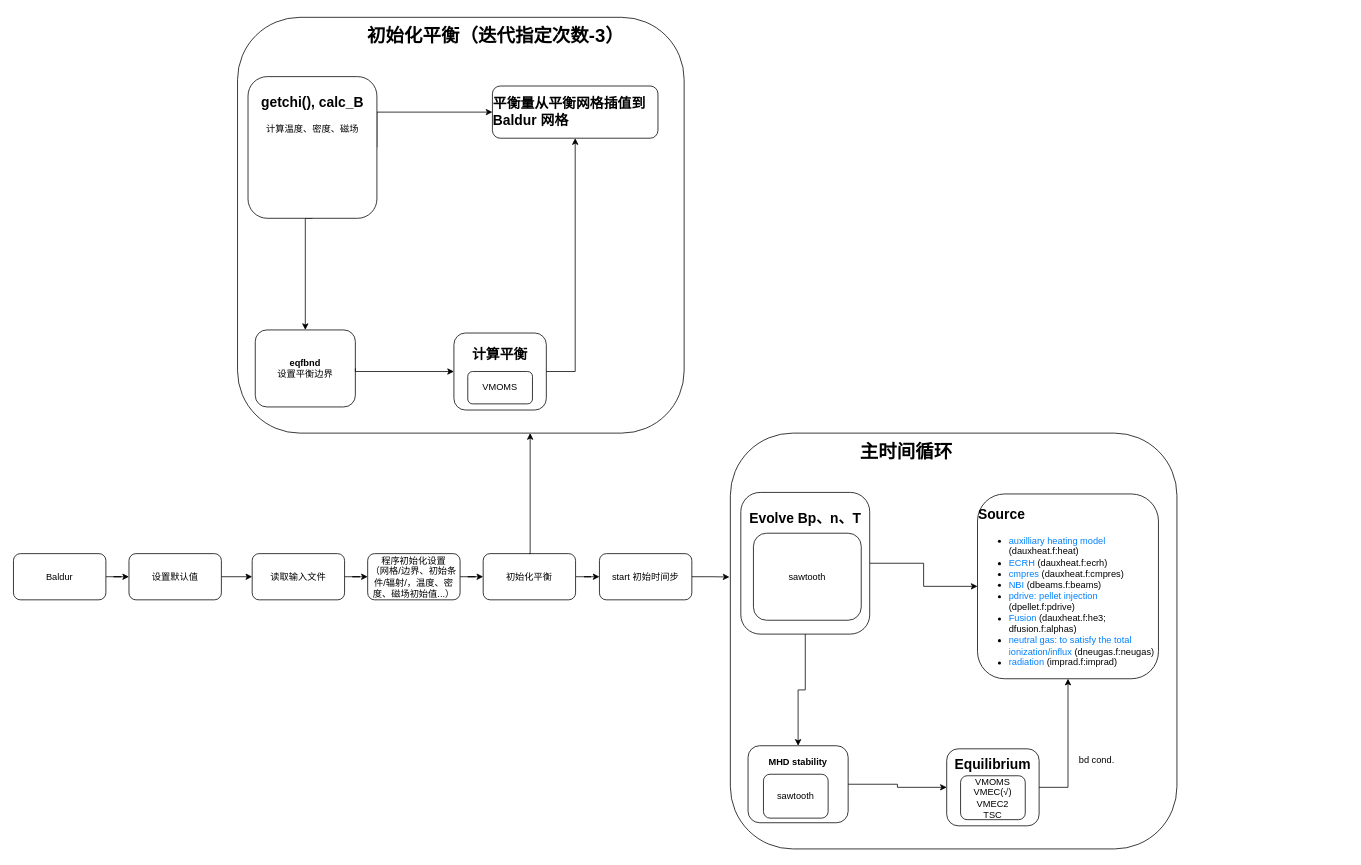
Above: page "041825" (6 of 6) of Baldur.drawio in jiaxing-liu/flowchart (draw.io), before the change. Source tidied: cells renumbered, new cells numbered last; positions are measured from the earlier drawing's top-left corner, leaving out a move shared by most shapes. Both pictures are drawn from the tidied source at 77%, with x=0, y=0 at pixel (13, 17).
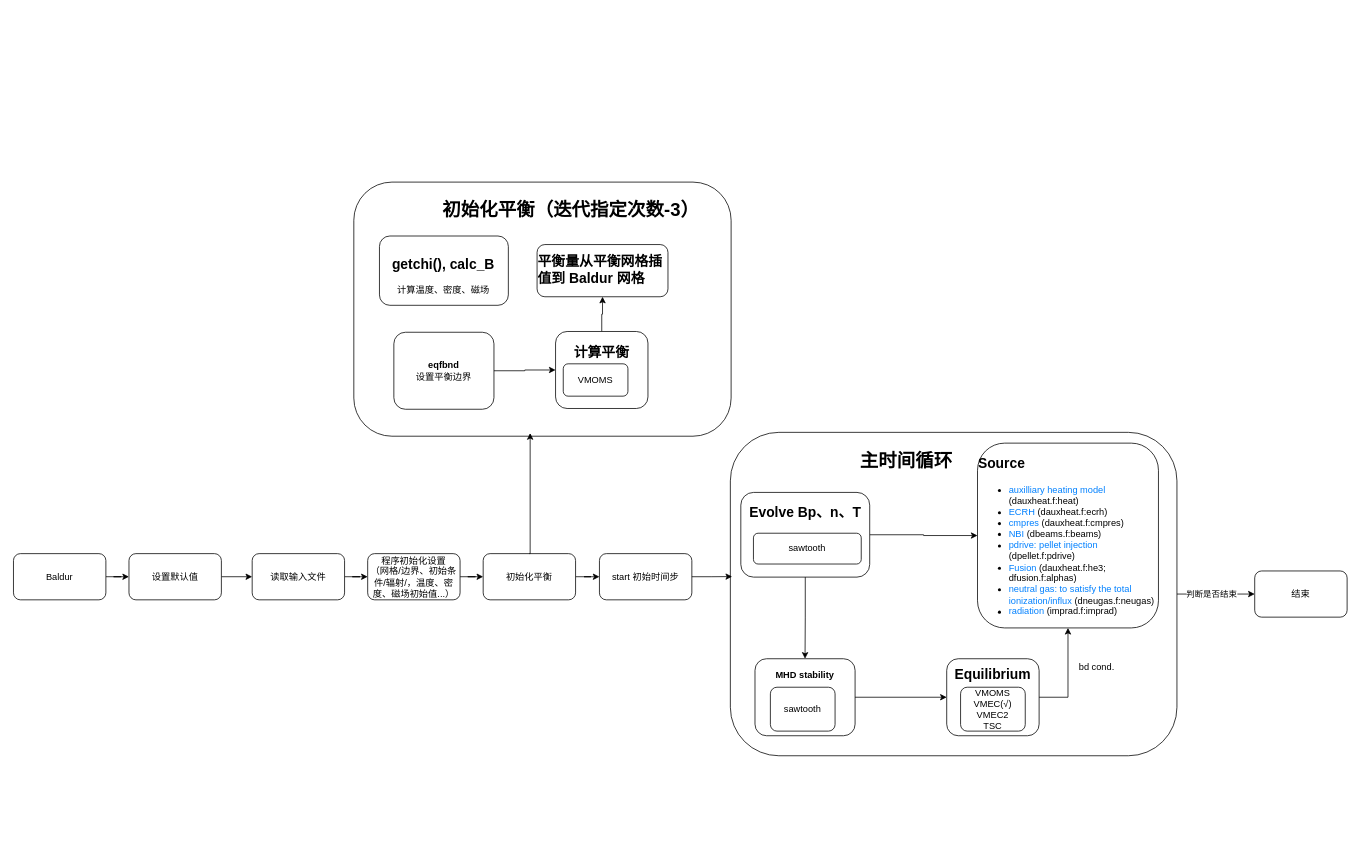
The same page after the edit.

The change refers to these unchanged cells:
```xml
<mxCell id="3" style="group;" parent="1" vertex="1">
  <mxGeometry x="962" y="597" width="525" height="450" as="geometry" />
</mxCell>
<mxCell id="33" value="&lt;div&gt;&lt;b&gt;eqfbnd&lt;/b&gt;&lt;/div&gt;设置平衡边界" style="rounded=1;whiteSpace=wrap;html=1;" parent="32" vertex="1">
  <mxGeometry width="130" height="100" as="geometry" />
</mxCell>
<mxCell id="42" value="start 初始时间步" style="rounded=1;whiteSpace=wrap;html=1;" parent="1" vertex="1">
  <mxGeometry x="761" y="696.5" width="120" height="60" as="geometry" />
</mxCell>
```

Change to the diagram source:
```diff
@@
+    <mxCell id="44" style="edgeStyle=orthogonalEdgeStyle;rounded=0;jettySize=auto;html=1;" parent="1" edge="1" source="2" target="46">
+      <mxGeometry relative="1" as="geometry" />
+    </mxCell>
+    <mxCell id="45" value="判断是否结束" style="edgeLabel;html=1;align=center;verticalAlign=middle;" parent="44" vertex="1">
+      <mxGeometry x="-0.12" y="1" relative="1" as="geometry" />
+    </mxCell>
-    <mxCell id="2" value="&lt;h1&gt;&amp;nbsp; &amp;nbsp; &amp;nbsp; &amp;nbsp; &amp;nbsp; &amp;nbsp; &amp;nbsp; &amp;nbsp; &amp;nbsp; &amp;nbsp; &amp;nbsp; &amp;nbsp;&amp;nbsp; 主时间循环&lt;/h1&gt;&lt;div&gt;&lt;br&gt;&lt;/div&gt;&lt;div&gt;&lt;br&gt;&lt;/div&gt;&lt;div&gt;&lt;br&gt;&lt;/div&gt;&lt;div&gt;&lt;br&gt;&lt;/div&gt;&lt;div&gt;&lt;br&gt;&lt;/div&gt;&lt;div&gt;&lt;br&gt;&lt;/div&gt;&lt;div&gt;&lt;br&gt;&lt;/div&gt;&lt;div&gt;&lt;br&gt;&lt;/div&gt;&lt;div&gt;&lt;br&gt;&lt;/div&gt;&lt;div&gt;&lt;br&gt;&lt;/div&gt;&lt;div&gt;&lt;br&gt;&lt;/div&gt;&lt;div&gt;&lt;br&gt;&lt;/div&gt;&lt;div&gt;&lt;br&gt;&lt;/div&gt;&lt;div&gt;&lt;br&gt;&lt;/div&gt;&lt;div&gt;&lt;br&gt;&lt;/div&gt;&lt;div&gt;&lt;br&gt;&lt;/div&gt;&lt;div&gt;&lt;br&gt;&lt;/div&gt;&lt;div&gt;&lt;br&gt;&lt;/div&gt;&lt;div&gt;&lt;br&gt;&lt;/div&gt;&lt;div&gt;&lt;br&gt;&lt;/div&gt;&lt;div&gt;&lt;br&gt;&lt;/div&gt;&lt;div&gt;&lt;br&gt;&lt;/div&gt;&lt;div&gt;&lt;br&gt;&lt;/div&gt;&lt;div&gt;&lt;br&gt;&lt;/div&gt;&lt;div&gt;&lt;br&gt;&lt;/div&gt;&lt;div&gt;&lt;br&gt;&lt;/div&gt;&lt;div&gt;&lt;br&gt;&lt;/div&gt;&lt;div&gt;&lt;br&gt;&lt;/div&gt;&lt;div&gt;&lt;br&gt;&lt;/div&gt;&lt;div&gt;&lt;br&gt;&lt;/div&gt;&lt;div&gt;&lt;br&gt;&lt;/div&gt;&lt;div&gt;&lt;br&gt;&lt;/div&gt;&lt;div&gt;&lt;br&gt;&lt;/div&gt;&lt;div&gt;&lt;br&gt;&lt;/div&gt;" style="rounded=1;whiteSpace=wrap;html=1;align=left;" parent="1" vertex="1">
-      <mxGeometry x="931" y="540" width="580" height="540" as="geometry" />
+    <mxCell id="2" value="&lt;h1&gt;&amp;nbsp; &amp;nbsp; &amp;nbsp; &amp;nbsp; &amp;nbsp; &amp;nbsp; &amp;nbsp; &amp;nbsp; &amp;nbsp; &amp;nbsp; &amp;nbsp; &amp;nbsp;&amp;nbsp; 主时间循环&lt;/h1&gt;&lt;div&gt;&lt;br&gt;&lt;/div&gt;&lt;div&gt;&lt;br&gt;&lt;/div&gt;&lt;div&gt;&lt;br&gt;&lt;/div&gt;&lt;div&gt;&lt;br&gt;&lt;/div&gt;&lt;div&gt;&lt;br&gt;&lt;/div&gt;&lt;div&gt;&lt;br&gt;&lt;/div&gt;&lt;div&gt;&lt;br&gt;&lt;/div&gt;&lt;div&gt;&lt;br&gt;&lt;/div&gt;&lt;div&gt;&lt;br&gt;&lt;/div&gt;&lt;div&gt;&lt;br&gt;&lt;/div&gt;&lt;div&gt;&lt;br&gt;&lt;/div&gt;&lt;div&gt;&lt;br&gt;&lt;/div&gt;&lt;div&gt;&lt;br&gt;&lt;/div&gt;&lt;div&gt;&lt;br&gt;&lt;/div&gt;&lt;div&gt;&lt;br&gt;&lt;/div&gt;&lt;div&gt;&lt;br&gt;&lt;/div&gt;&lt;div&gt;&lt;br&gt;&lt;/div&gt;&lt;div&gt;&lt;br&gt;&lt;/div&gt;&lt;div&gt;&lt;br&gt;&lt;/div&gt;&lt;div&gt;&lt;br&gt;&lt;/div&gt;&lt;div&gt;&lt;br&gt;&lt;/div&gt;&lt;div&gt;&lt;br&gt;&lt;/div&gt;&lt;div&gt;&lt;br&gt;&lt;/div&gt;&lt;div&gt;&lt;br&gt;&lt;/div&gt;" style="rounded=1;whiteSpace=wrap;html=1;align=left;" parent="1" vertex="1">
+      <mxGeometry x="931" y="539" width="580" height="420" as="geometry" />
     </mxCell>
@@
     <mxCell id="4" value="&lt;h2 style=&quot;text-align: left;&quot;&gt;Source&lt;/h2&gt;&lt;div align=&quot;left&quot;&gt;&lt;ul&gt;&lt;li&gt;&lt;font color=&quot;#0080ff&quot;&gt;auxilliary heating model&lt;/font&gt; (dauxheat.f:heat)&lt;br&gt;&lt;/li&gt;&lt;li&gt;&lt;font color=&quot;#0080ff&quot;&gt;ECRH&lt;/font&gt; (dauxheat.f:ecrh)&lt;br&gt;&lt;/li&gt;&lt;li&gt;&lt;font color=&quot;#0080ff&quot;&gt;cmpres&lt;/font&gt; (dauxheat.f:cmpres)&lt;/li&gt;&lt;li&gt;&lt;font color=&quot;#0080ff&quot;&gt;NBI&lt;/font&gt; (dbeams.f:beams)&lt;br&gt;&lt;/li&gt;&lt;li&gt;&lt;font color=&quot;#0080ff&quot;&gt;pdrive: pellet injection&lt;/font&gt; (dpellet.f:pdrive) &lt;br&gt;&lt;/li&gt;&lt;li&gt;&lt;font color=&quot;#0080ff&quot;&gt;Fusion&lt;/font&gt; (dauxheat.f:he3; dfusion.f:alphas)&lt;/li&gt;&lt;li&gt;&lt;font color=&quot;#0080ff&quot;&gt;neutral gas: to satisfy the total ionization/influx&lt;/font&gt; (dneugas.f:neugas)&lt;br&gt;&lt;/li&gt;&lt;li&gt;&lt;font color=&quot;#0080ff&quot;&gt;radiation&lt;/font&gt; (imprad.f:imprad)&lt;br&gt;&lt;/li&gt;&lt;/ul&gt;&lt;/div&gt;" style="rounded=1;whiteSpace=wrap;html=1;" parent="3" vertex="1">
-      <mxGeometry x="290" y="22" width="235" height="240" as="geometry" />
+      <mxGeometry x="290" y="-44" width="235" height="240" as="geometry" />
     </mxCell>
     <mxCell id="5" style="group;" parent="3" vertex="1">
-      <mxGeometry x="-8" y="349" width="130" height="100" as="geometry" />
+      <mxGeometry x="1" y="236" width="130" height="100" as="geometry" />
     </mxCell>
@@
-    <mxCell id="11" value="&lt;h2 style=&quot;text-align: left;&quot;&gt;&lt;b&gt;Evolve Bp、n、T&lt;/b&gt;&lt;/h2&gt;&lt;div&gt;&lt;br&gt;&lt;/div&gt;&lt;div&gt;&lt;br&gt;&lt;/div&gt;&lt;div&gt;&lt;br&gt;&lt;/div&gt;&lt;div&gt;&lt;br&gt;&lt;/div&gt;&lt;div&gt;&lt;br&gt;&lt;/div&gt;&lt;div&gt;&lt;br&gt;&lt;/div&gt;&lt;div&gt;&lt;br&gt;&lt;/div&gt;&lt;div style=&quot;text-align: left;&quot;&gt;&lt;b&gt;&lt;br&gt;&lt;/b&gt;&lt;/div&gt;" style="rounded=1;whiteSpace=wrap;html=1;" parent="3" vertex="1">
-      <mxGeometry x="-17.4" y="20" width="167.4" height="184" as="geometry" />
+    <mxCell id="11" value="&lt;h2 style=&quot;text-align: left;&quot;&gt;&lt;b&gt;Evolve Bp、n、T&lt;/b&gt;&lt;/h2&gt;&lt;div&gt;&lt;br&gt;&lt;/div&gt;&lt;div&gt;&lt;br&gt;&lt;/div&gt;&lt;div&gt;&lt;br&gt;&lt;/div&gt;&lt;div&gt;&lt;br&gt;&lt;/div&gt;" style="rounded=1;whiteSpace=wrap;html=1;" parent="3" vertex="1">
+      <mxGeometry x="-17.4" y="20" width="167.4" height="110" as="geometry" />
     </mxCell>
     <mxCell id="12" value="bd cond." style="text;strokeColor=none;align=center;fillColor=none;html=1;verticalAlign=middle;whiteSpace=wrap;rounded=0;" parent="3" vertex="1">
-      <mxGeometry x="415" y="353" width="60" height="30" as="geometry" />
+      <mxGeometry x="415" y="232" width="60" height="30" as="geometry" />
     </mxCell>
     <mxCell id="13" value="&lt;h2 style=&quot;text-align: left;&quot;&gt;&lt;b&gt;Equilibrium&lt;/b&gt;&lt;/h2&gt;&lt;div style=&quot;text-align: left;&quot;&gt;&lt;b&gt;&amp;nbsp;&amp;nbsp;&lt;/b&gt;&lt;/div&gt;&lt;div style=&quot;text-align: left;&quot;&gt;&lt;b&gt;&lt;br&gt;&lt;/b&gt;&lt;/div&gt;&lt;div style=&quot;text-align: left;&quot;&gt;&lt;b&gt;&lt;br&gt;&lt;/b&gt;&lt;/div&gt;&lt;div style=&quot;text-align: left;&quot;&gt;&lt;b&gt;&lt;br&gt;&lt;/b&gt;&lt;/div&gt;" style="rounded=1;whiteSpace=wrap;html=1;" parent="1" vertex="1">
-      <mxGeometry x="1212" y="950" width="120" height="100" as="geometry" />
+      <mxGeometry x="1212" y="833" width="120" height="100" as="geometry" />
     </mxCell>
     <mxCell id="14" value="VMOMS&lt;br&gt;VMEC(√)&lt;br&gt;VMEC2&lt;br&gt;TSC" style="rounded=1;whiteSpace=wrap;html=1;" parent="1" vertex="1">
-      <mxGeometry x="1230" y="985" width="84" height="57" as="geometry" />
+      <mxGeometry x="1230" y="870" width="84" height="57" as="geometry" />
     </mxCell>
@@
     <mxCell id="17" value="sawtooth&lt;br&gt;" style="rounded=1;whiteSpace=wrap;html=1;" parent="1" vertex="1">
-      <mxGeometry x="961" y="670" width="140" height="113" as="geometry" />
+      <mxGeometry x="961" y="670" width="140" height="40" as="geometry" />
     </mxCell>
@@
-    <mxCell id="28" value="&lt;h1&gt;&amp;nbsp; &amp;nbsp; &amp;nbsp; &amp;nbsp; &amp;nbsp; &amp;nbsp; &amp;nbsp; &amp;nbsp; &amp;nbsp; &amp;nbsp; &amp;nbsp; &amp;nbsp;&amp;nbsp; 初始化平衡（迭代指定次数-3）&lt;/h1&gt;&lt;div&gt;&lt;br&gt;&lt;/div&gt;&lt;div&gt;&lt;br&gt;&lt;/div&gt;&lt;div&gt;&lt;br&gt;&lt;/div&gt;&lt;div&gt;&lt;br&gt;&lt;/div&gt;&lt;div&gt;&lt;br&gt;&lt;/div&gt;&lt;div&gt;&lt;br&gt;&lt;/div&gt;&lt;div&gt;&lt;br&gt;&lt;/div&gt;&lt;div&gt;&lt;br&gt;&lt;/div&gt;&lt;div&gt;&lt;br&gt;&lt;/div&gt;&lt;div&gt;&lt;br&gt;&lt;/div&gt;&lt;div&gt;&lt;br&gt;&lt;/div&gt;&lt;div&gt;&lt;br&gt;&lt;/div&gt;&lt;div&gt;&lt;br&gt;&lt;/div&gt;&lt;div&gt;&lt;br&gt;&lt;/div&gt;&lt;div&gt;&lt;br&gt;&lt;/div&gt;&lt;div&gt;&lt;br&gt;&lt;/div&gt;&lt;div&gt;&lt;br&gt;&lt;/div&gt;&lt;div&gt;&lt;br&gt;&lt;/div&gt;&lt;div&gt;&lt;br&gt;&lt;/div&gt;&lt;div&gt;&lt;br&gt;&lt;/div&gt;&lt;div&gt;&lt;br&gt;&lt;/div&gt;&lt;div&gt;&lt;br&gt;&lt;/div&gt;&lt;div&gt;&lt;br&gt;&lt;/div&gt;&lt;div&gt;&lt;br&gt;&lt;/div&gt;&lt;div&gt;&lt;br&gt;&lt;/div&gt;&lt;div&gt;&lt;br&gt;&lt;/div&gt;&lt;div&gt;&lt;br&gt;&lt;/div&gt;&lt;div&gt;&lt;br&gt;&lt;/div&gt;&lt;div&gt;&lt;br&gt;&lt;/div&gt;&lt;div&gt;&lt;br&gt;&lt;/div&gt;&lt;div&gt;&lt;br&gt;&lt;/div&gt;&lt;div&gt;&lt;br&gt;&lt;/div&gt;&lt;div&gt;&lt;br&gt;&lt;/div&gt;&lt;div&gt;&lt;br&gt;&lt;/div&gt;" style="rounded=1;whiteSpace=wrap;html=1;align=left;" parent="1" vertex="1">
-      <mxGeometry x="291" width="580" height="540" as="geometry" />
+    <mxCell id="28" value="&lt;h1&gt;&amp;nbsp; &amp;nbsp; &amp;nbsp; &amp;nbsp; &amp;nbsp; &amp;nbsp; &amp;nbsp; &amp;nbsp;&amp;nbsp; 初始化平衡（迭代指定次数-3）&lt;/h1&gt;&lt;div&gt;&lt;br&gt;&lt;/div&gt;&lt;div&gt;&lt;br&gt;&lt;/div&gt;&lt;div&gt;&lt;br&gt;&lt;/div&gt;&lt;div&gt;&lt;br&gt;&lt;/div&gt;&lt;div&gt;&lt;br&gt;&lt;/div&gt;&lt;div&gt;&lt;br&gt;&lt;/div&gt;&lt;div&gt;&lt;br&gt;&lt;/div&gt;&lt;div&gt;&lt;br&gt;&lt;/div&gt;&lt;div&gt;&lt;br&gt;&lt;/div&gt;&lt;div&gt;&lt;br&gt;&lt;/div&gt;&lt;div&gt;&lt;br&gt;&lt;/div&gt;&lt;div&gt;&lt;br&gt;&lt;/div&gt;&lt;div&gt;&lt;br&gt;&lt;/div&gt;&lt;div&gt;&lt;br&gt;&lt;/div&gt;&lt;div&gt;&lt;br&gt;&lt;/div&gt;&lt;div&gt;&lt;br&gt;&lt;/div&gt;&lt;div&gt;&lt;br&gt;&lt;/div&gt;&lt;div&gt;&lt;br&gt;&lt;/div&gt;" style="rounded=1;whiteSpace=wrap;html=1;align=left;" parent="1" vertex="1">
+      <mxGeometry x="442" y="214" width="490" height="330" as="geometry" />
     </mxCell>
     <mxCell id="29" style="group;" parent="1" vertex="1">
-      <mxGeometry x="322" y="57" width="525" height="450" as="geometry" />
+      <mxGeometry x="377" y="60" width="525" height="450" as="geometry" />
     </mxCell>
     <mxCell id="30" value="&lt;h2 style=&quot;text-align: left;&quot;&gt;平衡量从平衡网格插值到 Baldur 网格&lt;/h2&gt;" style="rounded=1;whiteSpace=wrap;html=1;" parent="29" vertex="1">
-      <mxGeometry x="300" y="32.2" width="215" height="67.8" as="geometry" />
+      <mxGeometry x="303" y="235.1" width="170" height="67.8" as="geometry" />
     </mxCell>
     <mxCell id="31" style="group;" parent="29" vertex="1">
-      <mxGeometry x="-8" y="349" width="130" height="100" as="geometry" />
+      <mxGeometry x="117" y="349" width="130" height="100" as="geometry" />
     </mxCell>
@@
-    <mxCell id="34" style="edgeStyle=orthogonalEdgeStyle;rounded=0;jettySize=auto;html=1;exitX=0.5;exitY=1;exitDx=0;exitDy=0;entryX=0.5;entryY=0;entryDx=0;entryDy=0;" parent="29" edge="1" source="36" target="33">
-      <mxGeometry relative="1" as="geometry">
-        <Array as="points">
-          <mxPoint x="57" y="204" />
-        </Array>
-      </mxGeometry>
-    </mxCell>
-    <mxCell id="35" style="edgeStyle=orthogonalEdgeStyle;rounded=0;jettySize=auto;html=1;exitX=1;exitY=0.5;exitDx=0;exitDy=0;entryX=0;entryY=0.5;entryDx=0;entryDy=0;" parent="29" edge="1" source="36" target="30">
-      <mxGeometry relative="1" as="geometry">
-        <Array as="points">
-          <mxPoint x="150" y="66" />
-        </Array>
-      </mxGeometry>
-    </mxCell>
-    <mxCell id="36" value="&lt;h2 style=&quot;text-align: left;&quot;&gt;&lt;b&gt;getchi(), calc_B&lt;/b&gt;&lt;/h2&gt;&lt;div&gt;计算温度、密度、磁场&lt;/div&gt;&lt;div&gt;&lt;br&gt;&lt;/div&gt;&lt;div&gt;&lt;br&gt;&lt;/div&gt;&lt;div&gt;&lt;br&gt;&lt;/div&gt;&lt;div&gt;&lt;br&gt;&lt;/div&gt;&lt;div&gt;&lt;br&gt;&lt;/div&gt;&lt;div&gt;&lt;br&gt;&lt;/div&gt;&lt;div style=&quot;text-align: left;&quot;&gt;&lt;b&gt;&lt;br&gt;&lt;/b&gt;&lt;/div&gt;" style="rounded=1;whiteSpace=wrap;html=1;" parent="29" vertex="1">
-      <mxGeometry x="-17.4" y="20" width="167.4" height="184" as="geometry" />
+    <mxCell id="36" value="&lt;h2 style=&quot;text-align: left;&quot;&gt;&lt;b&gt;getchi(), calc_B&lt;/b&gt;&lt;/h2&gt;&lt;div&gt;计算温度、密度、磁场&lt;/div&gt;" style="rounded=1;whiteSpace=wrap;html=1;" parent="29" vertex="1">
+      <mxGeometry x="98.3" y="224" width="167.4" height="90" as="geometry" />
     </mxCell>
+    <mxCell id="39" style="edgeStyle=orthogonalEdgeStyle;rounded=0;jettySize=auto;html=1;exitX=0.5;exitY=0;exitDx=0;exitDy=0;entryX=0.5;entryY=1;entryDx=0;entryDy=0;" parent="1" edge="1" source="37" target="30">
+      <mxGeometry relative="1" as="geometry" />
+    </mxCell>
     <mxCell id="37" value="&lt;h2 style=&quot;text-align: left;&quot;&gt;&lt;b&gt;计算平衡&lt;/b&gt;&lt;/h2&gt;&lt;div style=&quot;text-align: left;&quot;&gt;&lt;b&gt;&lt;br&gt;&lt;/b&gt;&lt;/div&gt;&lt;div style=&quot;text-align: left;&quot;&gt;&lt;b&gt;&lt;br&gt;&lt;/b&gt;&lt;/div&gt;&lt;div style=&quot;text-align: left;&quot;&gt;&lt;b&gt;&lt;br&gt;&lt;/b&gt;&lt;/div&gt;" style="rounded=1;whiteSpace=wrap;html=1;" parent="1" vertex="1">
-      <mxGeometry x="572" y="410" width="120" height="100" as="geometry" />
+      <mxGeometry x="704" y="408" width="120" height="100" as="geometry" />
     </mxCell>
     <mxCell id="38" value="VMOMS" style="rounded=1;whiteSpace=wrap;html=1;" parent="1" vertex="1">
-      <mxGeometry x="590" y="460" width="84" height="42" as="geometry" />
+      <mxGeometry x="714" y="450" width="84" height="42" as="geometry" />
     </mxCell>
-    <mxCell id="39" style="edgeStyle=orthogonalEdgeStyle;rounded=0;jettySize=auto;html=1;exitX=1;exitY=0.5;exitDx=0;exitDy=0;" parent="1" edge="1" source="37" target="30">
-      <mxGeometry relative="1" as="geometry" />
-    </mxCell>
-    <mxCell id="40" style="edgeStyle=orthogonalEdgeStyle;rounded=0;jettySize=auto;html=1;exitX=1;exitY=0.5;exitDx=0;exitDy=0;entryX=0;entryY=0.5;entryDx=0;entryDy=0;" parent="1" edge="1" source="33" target="37">
-      <mxGeometry relative="1" as="geometry">
-        <Array as="points">
-          <mxPoint x="444" y="460" />
-        </Array>
-      </mxGeometry>
-    </mxCell>
@@
+    <mxCell id="40" style="edgeStyle=orthogonalEdgeStyle;rounded=0;jettySize=auto;html=1;exitX=1;exitY=0.5;exitDx=0;exitDy=0;entryX=0;entryY=0.5;entryDx=0;entryDy=0;" parent="1" edge="1" source="33" target="37">
+      <mxGeometry relative="1" as="geometry" />
+    </mxCell>
-    <mxCell id="43" style="edgeStyle=orthogonalEdgeStyle;rounded=0;jettySize=auto;html=1;exitX=1;exitY=0.5;exitDx=0;exitDy=0;entryX=-0.002;entryY=0.346;entryDx=0;entryDy=0;entryPerimeter=0;" parent="1" edge="1" source="42" target="2">
+    <mxCell id="43" style="edgeStyle=orthogonalEdgeStyle;rounded=0;jettySize=auto;html=1;exitX=1;exitY=0.5;exitDx=0;exitDy=0;entryX=0.004;entryY=0.446;entryDx=0;entryDy=0;entryPerimeter=0;" parent="1" edge="1" source="42" target="2">
       <mxGeometry relative="1" as="geometry" />
     </mxCell>
+    <mxCell id="46" value="&lt;div align=&quot;center&quot;&gt;结束&lt;/div&gt;" style="whiteSpace=wrap;html=1;align=center;rounded=1;" parent="1" vertex="1">
+      <mxGeometry x="1612" y="719" width="120" height="60" as="geometry" />
+    </mxCell>
```
